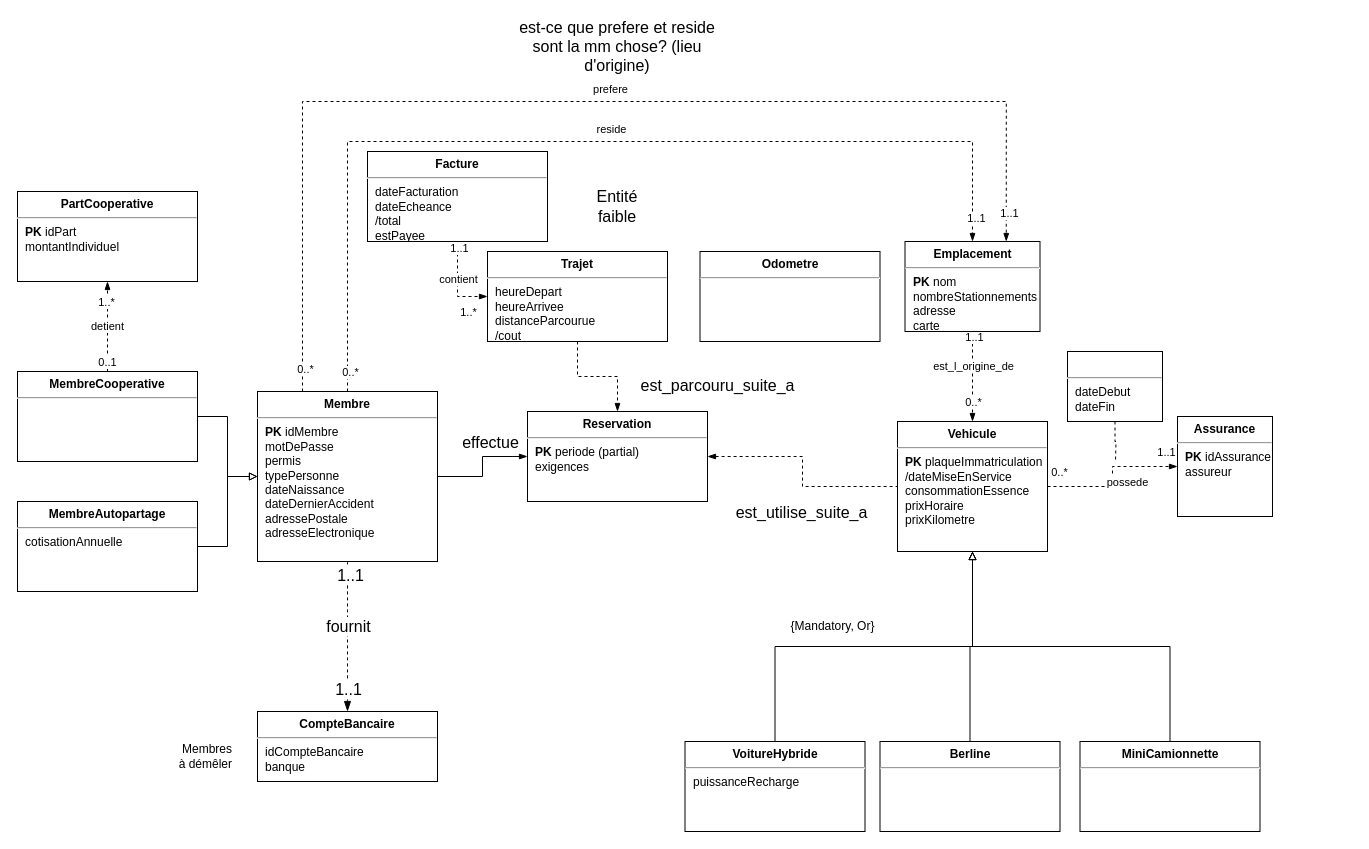
The draw.io diagram page "Juliette" (2 of 2) of TP4.drawio in lyg2/Reservation-SQL, before the edit. Source tidied: cells renumbered, new cells numbered last; positions are measured from the earlier drawing's top-left corner, leaving out a move shared by most shapes. Both pictures are drawn from the tidied source at 100%, with x=0, y=0 at pixel (17, 31).
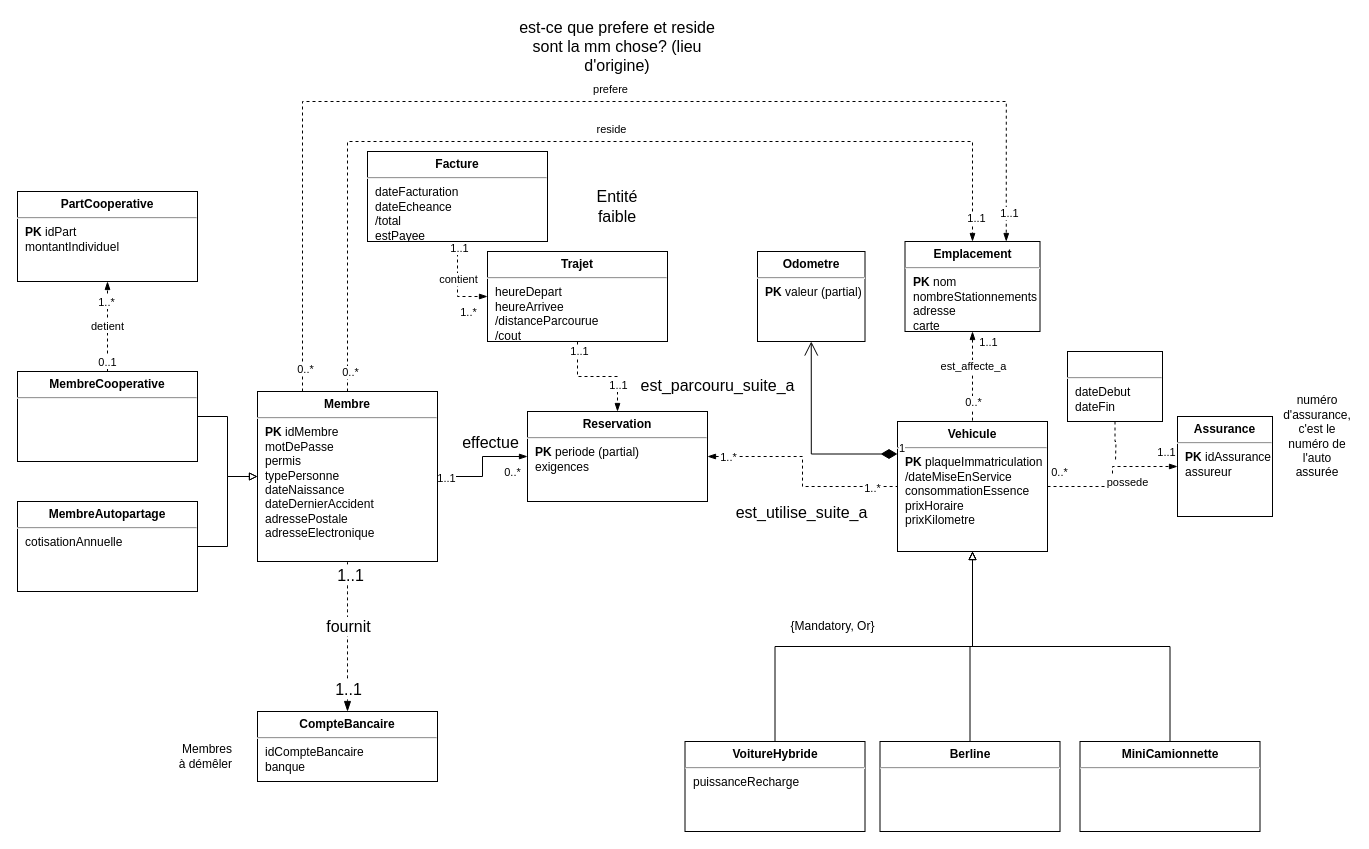
After the change.

Unchanged cells that the change refers to:
```xml
<mxCell id="5" value="&lt;p style=&quot;margin:0px;margin-top:6px;text-align:center;&quot;&gt;&lt;b&gt;Ve&lt;/b&gt;&lt;b style=&quot;background-color: initial;&quot;&gt;hicule&lt;/b&gt;&lt;/p&gt;&lt;hr&gt;&lt;p style=&quot;margin:0px;margin-left:8px;&quot;&gt;&lt;b&gt;PK&lt;/b&gt; plaqueImmatriculation&lt;/p&gt;&lt;p style=&quot;margin:0px;margin-left:8px;&quot;&gt;/dateMiseEnService&lt;/p&gt;&lt;p style=&quot;margin:0px;margin-left:8px;&quot;&gt;consommationEssence&lt;/p&gt;&lt;p style=&quot;margin:0px;margin-left:8px;&quot;&gt;prixHoraire&lt;/p&gt;&lt;p style=&quot;margin:0px;margin-left:8px;&quot;&gt;prixKilometre&lt;/p&gt;" style="align=left;overflow=fill;html=1;" parent="1" vertex="1">
  <mxGeometry x="880" y="390" width="150" height="130" as="geometry" />
</mxCell>
<mxCell id="18" value="&lt;p style=&quot;margin:0px;margin-top:6px;text-align:center;&quot;&gt;&lt;b&gt;Emplacement&lt;/b&gt;&lt;/p&gt;&lt;hr&gt;&lt;p style=&quot;margin:0px;margin-left:8px;&quot;&gt;&lt;b&gt;PK&lt;/b&gt; nom&lt;/p&gt;&lt;p style=&quot;margin:0px;margin-left:8px;&quot;&gt;nombreStationnements&lt;/p&gt;&lt;p style=&quot;margin:0px;margin-left:8px;&quot;&gt;adresse&lt;/p&gt;&lt;p style=&quot;margin:0px;margin-left:8px;&quot;&gt;carte&lt;/p&gt;" style="align=left;overflow=fill;html=1;" parent="1" vertex="1">
  <mxGeometry x="887.5" y="210" width="135" height="90" as="geometry" />
</mxCell>
<mxCell id="24" style="edgeStyle=orthogonalEdgeStyle;rounded=0;jettySize=auto;html=1;exitX=1;exitY=0.5;exitDx=0;exitDy=0;entryX=0;entryY=0.5;entryDx=0;entryDy=0;endArrow=none;endFill=0;dashed=1;startArrow=blockThin;startFill=1;" parent="1" edge="1" source="59" target="5">
  <mxGeometry relative="1" as="geometry" />
</mxCell>
<mxCell id="31" style="edgeStyle=orthogonalEdgeStyle;rounded=0;jettySize=auto;html=1;endArrow=blockThin;endFill=1;dashed=1;entryX=0.5;entryY=0;entryDx=0;entryDy=0;startArrow=none;startFill=0;" parent="1" edge="1" source="33" target="59">
  <mxGeometry relative="1" as="geometry" />
</mxCell>
<mxCell id="40" style="edgeStyle=orthogonalEdgeStyle;rounded=0;jettySize=auto;html=1;endArrow=blockThin;endFill=1;entryX=0;entryY=0.5;entryDx=0;entryDy=0;" parent="1" edge="1" source="50" target="59">
  <mxGeometry relative="1" as="geometry" />
</mxCell>
```

What changed in the source:
```diff
@@
-    <mxCell id="14" style="edgeStyle=orthogonalEdgeStyle;rounded=0;jettySize=auto;html=1;entryX=0.5;entryY=0;entryDx=0;entryDy=0;dashed=1;endArrow=blockThin;endFill=1;" parent="1" edge="1" source="18" target="5">
+    <mxCell id="14" style="edgeStyle=orthogonalEdgeStyle;rounded=0;jettySize=auto;html=1;entryX=0.5;entryY=0;entryDx=0;entryDy=0;dashed=1;endArrow=none;endFill=0;startArrow=blockThin;startFill=1;" parent="1" edge="1" source="18" target="5">
       <mxGeometry relative="1" as="geometry" />
     </mxCell>
-    <mxCell id="15" value="est_l_origine_de" style="edgeLabel;html=1;align=center;verticalAlign=middle;" parent="14" vertex="1">
+    <mxCell id="15" value="est_affecte_a" style="edgeLabel;html=1;align=center;verticalAlign=middle;" parent="14" vertex="1">
       <mxGeometry x="-0.25" relative="1" as="geometry" />
     </mxCell>
     <mxCell id="16" value="1..1" style="edgeLabel;html=1;align=center;verticalAlign=middle;" parent="14" vertex="1">
-      <mxGeometry x="-0.89" y="1" relative="1" as="geometry" />
+      <mxGeometry x="-0.89" y="1" relative="1" as="geometry">
+        <mxPoint x="14" y="5" as="offset" />
+      </mxGeometry>
     </mxCell>
@@
+    <mxCell id="60" value="1..*" style="edgeLabel;html=1;align=center;verticalAlign=middle;" parent="24" vertex="1">
+      <mxGeometry x="-0.82" relative="1" as="geometry" />
+    </mxCell>
+    <mxCell id="61" value="1..*" style="edgeLabel;html=1;align=center;verticalAlign=middle;" parent="24" vertex="1">
+      <mxGeometry x="0.76" y="-1" relative="1" as="geometry" />
+    </mxCell>
@@
+    <mxCell id="62" value="1..1" style="edgeLabel;html=1;align=center;verticalAlign=middle;" parent="31" vertex="1">
+      <mxGeometry x="-0.83" y="1" relative="1" as="geometry" />
+    </mxCell>
+    <mxCell id="63" value="1..1" style="edgeLabel;html=1;align=center;verticalAlign=middle;" parent="31" vertex="1">
+      <mxGeometry x="0.5" relative="1" as="geometry" />
+    </mxCell>
-    <mxCell id="33" value="&lt;p style=&quot;margin:0px;margin-top:6px;text-align:center;&quot;&gt;&lt;b&gt;Trajet&lt;/b&gt;&lt;/p&gt;&lt;hr&gt;&lt;p style=&quot;margin:0px;margin-left:8px;&quot;&gt;heureDepart&lt;/p&gt;&lt;p style=&quot;margin:0px;margin-left:8px;&quot;&gt;heureArrivee&lt;/p&gt;&lt;p style=&quot;margin:0px;margin-left:8px;&quot;&gt;distanceParcourue&lt;/p&gt;&lt;p style=&quot;margin:0px;margin-left:8px;&quot;&gt;/cout&lt;/p&gt;" style="align=left;overflow=fill;html=1;" parent="1" vertex="1">
+    <mxCell id="33" value="&lt;p style=&quot;margin:0px;margin-top:6px;text-align:center;&quot;&gt;&lt;b&gt;Trajet&lt;/b&gt;&lt;/p&gt;&lt;hr&gt;&lt;p style=&quot;margin:0px;margin-left:8px;&quot;&gt;heureDepart&lt;/p&gt;&lt;p style=&quot;margin:0px;margin-left:8px;&quot;&gt;heureArrivee&lt;/p&gt;&lt;p style=&quot;margin:0px;margin-left:8px;&quot;&gt;/distanceParcourue&lt;/p&gt;&lt;p style=&quot;margin:0px;margin-left:8px;&quot;&gt;/cout&lt;/p&gt;" style="align=left;overflow=fill;html=1;" parent="1" vertex="1">
       <mxGeometry x="470" y="220" width="180" height="90" as="geometry" />
     </mxCell>
-    <mxCell id="34" value="&lt;p style=&quot;margin:0px;margin-top:6px;text-align:center;&quot;&gt;&lt;b&gt;Odometre&lt;/b&gt;&lt;/p&gt;&lt;hr&gt;&lt;p style=&quot;margin:0px;margin-left:8px;&quot;&gt;&lt;br&gt;&lt;/p&gt;" style="align=left;overflow=fill;html=1;" parent="1" vertex="1">
-      <mxGeometry x="682.5" y="220" width="180" height="90" as="geometry" />
+    <mxCell id="34" value="&lt;p style=&quot;margin:0px;margin-top:6px;text-align:center;&quot;&gt;&lt;b&gt;Odometre&lt;/b&gt;&lt;/p&gt;&lt;hr&gt;&lt;p style=&quot;margin:0px;margin-left:8px;&quot;&gt;&lt;b&gt;PK&lt;/b&gt; valeur (partial)&lt;/p&gt;" style="align=left;overflow=fill;html=1;" parent="1" vertex="1">
+      <mxGeometry x="740" y="220" width="107.5" height="90" as="geometry" />
     </mxCell>
@@
+    <mxCell id="64" value="1..1" style="edgeLabel;html=1;align=center;verticalAlign=middle;" parent="40" vertex="1">
+      <mxGeometry x="-0.85" y="-1" relative="1" as="geometry" />
+    </mxCell>
+    <mxCell id="65" value="0..*" style="edgeLabel;html=1;align=center;verticalAlign=middle;" parent="40" vertex="1">
+      <mxGeometry x="0.7" relative="1" as="geometry">
+        <mxPoint y="15" as="offset" />
+      </mxGeometry>
+    </mxCell>
@@
+    <mxCell id="66" value="numéro d'assurance, c'est le numéro de l'auto assurée" style="text;html=1;strokeColor=none;fillColor=none;align=center;verticalAlign=middle;whiteSpace=wrap;rounded=0;" parent="1" vertex="1">
+      <mxGeometry x="1270" y="390" width="60" height="30" as="geometry" />
+    </mxCell>
+    <mxCell id="67" value="1" style="endArrow=open;html=1;endSize=12;startArrow=diamondThin;startSize=14;startFill=1;edgeStyle=orthogonalEdgeStyle;align=left;verticalAlign=bottom;rounded=0;exitX=0;exitY=0.25;exitDx=0;exitDy=0;entryX=0.5;entryY=1;entryDx=0;entryDy=0;" parent="1" edge="1" source="5" target="34">
+      <mxGeometry x="-1" y="3" relative="1" as="geometry" />
+    </mxCell>
```
